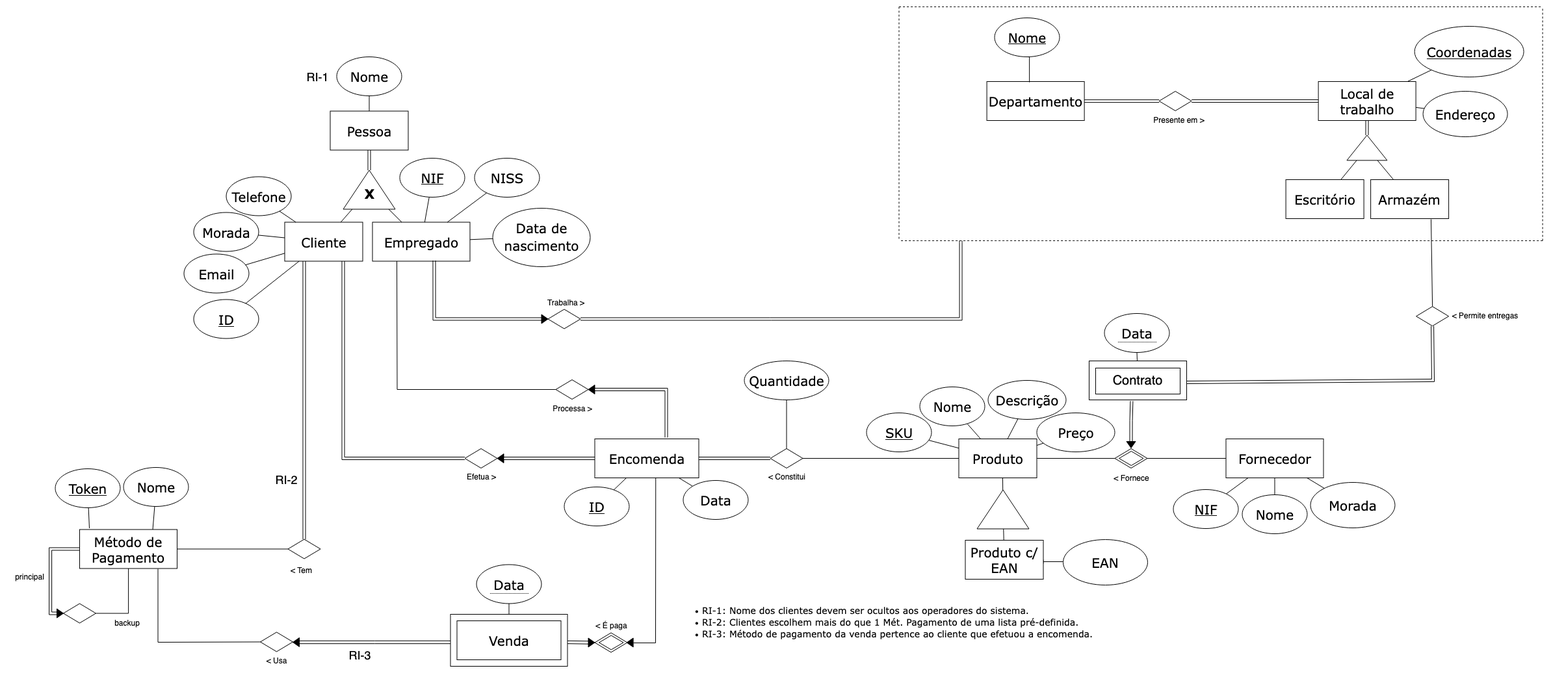
The draw.io diagram relatorio/diagrama.png in goncrust/BD-proj, before a commit. Source tidied: cells renumbered, new cells last; positions are measured from the earlier drawing's top-left corner, leaving out a move shared by most shapes.
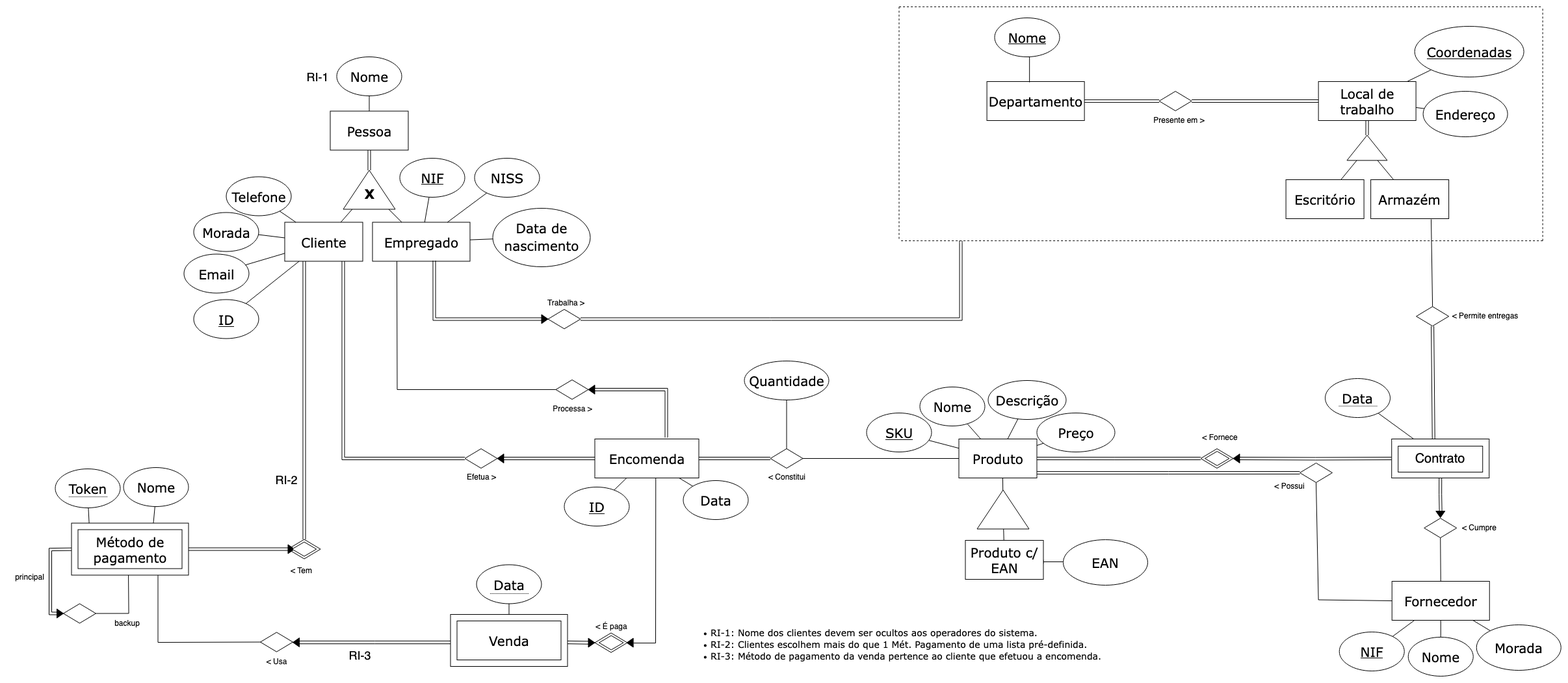
After the commit.

What changed in the source:
```diff
@@ -47,29 +47,26 @@
     <mxCell id="16" style="endArrow=none;html=1;rounded=0;" parent="1" edge="1" source="15" target="8">
       <mxGeometry relative="1" as="geometry" />
     </mxCell>
-    <mxCell id="17" style="edgeStyle=orthogonalEdgeStyle;rounded=0;jettySize=auto;html=1;entryX=0.436;entryY=1.028;entryDx=0;entryDy=0;entryPerimeter=0;shape=link;" parent="1" edge="1" source="89" target="86">
-      <mxGeometry relative="1" as="geometry" />
-    </mxCell>
     <mxCell id="18" value="Fornecedor" style="rounded=0;whiteSpace=wrap;html=1;fontSize=20;fontFamily=Verdana;" parent="1" vertex="1">
-      <mxGeometry x="1875.5" y="665" width="150" height="60" as="geometry" />
+      <mxGeometry x="2130.7" y="884" width="150" height="60" as="geometry" />
     </mxCell>
     <mxCell id="19" style="endArrow=none;html=1;rounded=0;" parent="1" edge="1" source="18" target="20">
       <mxGeometry relative="1" as="geometry" />
     </mxCell>
     <mxCell id="20" value="&lt;font style=&quot;font-size: 20px;&quot; face=&quot;Verdana&quot;&gt;Nome&lt;/font&gt;" style="ellipse;whiteSpace=wrap;html=1;fontStyle=0;" parent="1" vertex="1">
-      <mxGeometry x="1900.5" y="751" width="100" height="60" as="geometry" />
+      <mxGeometry x="2155.7" y="970" width="100" height="60" as="geometry" />
     </mxCell>
     <mxCell id="21" style="endArrow=none;html=1;rounded=0;" parent="1" edge="1" source="18" target="22">
       <mxGeometry relative="1" as="geometry" />
     </mxCell>
     <mxCell id="22" value="&lt;u&gt;&lt;font style=&quot;font-size: 20px;&quot; face=&quot;Verdana&quot;&gt;NIF&lt;/font&gt;&lt;/u&gt;" style="ellipse;whiteSpace=wrap;html=1;" parent="1" vertex="1">
-      <mxGeometry x="1794.5" y="743" width="100" height="60" as="geometry" />
+      <mxGeometry x="2049.7" y="962" width="100" height="60" as="geometry" />
     </mxCell>
     <mxCell id="23" style="endArrow=none;html=1;rounded=0;" parent="1" edge="1" source="18" target="24">
       <mxGeometry relative="1" as="geometry" />
     </mxCell>
     <mxCell id="24" value="&lt;font style=&quot;font-size: 20px;&quot; face=&quot;Verdana&quot;&gt;Morada&lt;/font&gt;" style="ellipse;whiteSpace=wrap;html=1;" parent="1" vertex="1">
-      <mxGeometry x="2005.5" y="732" width="130" height="70" as="geometry" />
+      <mxGeometry x="2260.7" y="951" width="130" height="70" as="geometry" />
     </mxCell>
     <mxCell id="25" value="Local de trabalho" style="rounded=0;whiteSpace=wrap;html=1;fontSize=20;fontFamily=Verdana;" parent="1" vertex="1">
       <mxGeometry x="2017.6" y="115" width="150" height="60" as="geometry" />
@@ -142,9 +139,6 @@
     <mxCell id="47" style="endArrow=none;html=1;rounded=0;" parent="1" edge="1" source="42" target="46">
       <mxGeometry relative="1" as="geometry" />
     </mxCell>
-    <mxCell id="48" value="Método de &lt;br&gt;Pagamento" style="rounded=0;whiteSpace=wrap;html=1;fontSize=20;fontFamily=Verdana;" parent="1" vertex="1">
-      <mxGeometry x="112" y="804.5" width="150" height="60" as="geometry" />
-    </mxCell>
     <mxCell id="49" style="rhombus;whiteSpace=wrap;html=1;" parent="1" vertex="1">
       <mxGeometry x="432.5" y="819.5" width="50" height="30" as="geometry" />
     </mxCell>
@@ -154,20 +148,26 @@
     <mxCell id="51" style="endArrow=none;html=1;rounded=0;edgeStyle=orthogonalEdgeStyle;shape=link;entryX=0.25;entryY=1;entryDx=0;entryDy=0;" parent="1" edge="1" source="49" target="100">
       <mxGeometry relative="1" as="geometry" />
     </mxCell>
-    <mxCell id="52" style="endArrow=none;html=1;rounded=0;" parent="1" edge="1" source="48" target="49">
-      <mxGeometry relative="1" as="geometry" />
+    <mxCell id="52" style="endArrow=none;html=1;rounded=0;shape=link;" parent="1" edge="1" target="49">
+      <mxGeometry relative="1" as="geometry">
+        <mxPoint x="262" y="834.5" as="sourcePoint" />
+      </mxGeometry>
     </mxCell>
     <mxCell id="53" value="&lt;font style=&quot;font-size: 20px;&quot; face=&quot;Verdana&quot;&gt;Nome&lt;/font&gt;" style="ellipse;whiteSpace=wrap;html=1;" parent="1" vertex="1">
       <mxGeometry x="179.5" y="709" width="100" height="60" as="geometry" />
     </mxCell>
-    <mxCell id="54" style="endArrow=none;html=1;rounded=0;exitX=0.75;exitY=0;exitDx=0;exitDy=0;" parent="1" edge="1" source="48" target="53">
-      <mxGeometry relative="1" as="geometry" />
+    <mxCell id="54" style="endArrow=none;html=1;rounded=0;exitX=0.75;exitY=0;exitDx=0;exitDy=0;" parent="1" edge="1" target="53">
+      <mxGeometry relative="1" as="geometry">
+        <mxPoint x="224.5" y="804.5" as="sourcePoint" />
+      </mxGeometry>
     </mxCell>
-    <mxCell id="55" value="&lt;font size=&quot;1&quot; face=&quot;Verdana&quot;&gt;&lt;u style=&quot;font-size: 20px;&quot;&gt;Token&lt;/u&gt;&lt;/font&gt;" style="ellipse;whiteSpace=wrap;html=1;" parent="1" vertex="1">
+    <mxCell id="55" value="&lt;font size=&quot;1&quot; face=&quot;Verdana&quot;&gt;&lt;span style=&quot;font-size: 20px;&quot;&gt;Token&lt;/span&gt;&lt;/font&gt;" style="ellipse;whiteSpace=wrap;html=1;" parent="1" vertex="1">
       <mxGeometry x="74.5" y="711" width="100" height="60" as="geometry" />
     </mxCell>
-    <mxCell id="56" style="endArrow=none;html=1;rounded=0;entryX=0.1;entryY=-0.033;entryDx=0;entryDy=0;entryPerimeter=0;" parent="1" edge="1" source="55" target="48">
-      <mxGeometry relative="1" as="geometry" />
+    <mxCell id="56" style="endArrow=none;html=1;rounded=0;entryX=0.1;entryY=-0.033;entryDx=0;entryDy=0;entryPerimeter=0;" parent="1" edge="1" source="55">
+      <mxGeometry relative="1" as="geometry">
+        <mxPoint x="127" y="802.5" as="targetPoint" />
+      </mxGeometry>
     </mxCell>
     <mxCell id="57" value="&lt;font style=&quot;font-size: 18px;&quot;&gt;RI-2&lt;/font&gt;" style="text;html=1;align=center;verticalAlign=middle;strokeColor=none;fillColor=none;" parent="1" vertex="1">
       <mxGeometry x="399.5" y="710" width="60" height="40" as="geometry" />
@@ -178,11 +178,15 @@
     <mxCell id="59" value="backup" style="text;html=1;align=center;verticalAlign=middle;strokeColor=none;fillColor=none;" parent="1" vertex="1">
       <mxGeometry x="155" y="933.5" width="60" height="30" as="geometry" />
     </mxCell>
-    <mxCell id="60" style="endArrow=none;html=1;rounded=0;edgeStyle=orthogonalEdgeStyle;exitX=1;exitY=0.5;exitDx=0;exitDy=0;" parent="1" edge="1" source="58" target="48">
-      <mxGeometry relative="1" as="geometry" />
+    <mxCell id="60" style="endArrow=none;html=1;rounded=0;edgeStyle=orthogonalEdgeStyle;exitX=1;exitY=0.5;exitDx=0;exitDy=0;" parent="1" edge="1" source="58">
+      <mxGeometry relative="1" as="geometry">
+        <mxPoint x="187" y="864.5" as="targetPoint" />
+      </mxGeometry>
     </mxCell>
-    <mxCell id="61" style="endArrow=none;html=1;rounded=0;entryX=0;entryY=0.5;entryDx=0;entryDy=0;edgeStyle=orthogonalEdgeStyle;exitX=0;exitY=0.5;exitDx=0;exitDy=0;shape=link;" parent="1" edge="1" source="48" target="62">
-      <mxGeometry relative="1" as="geometry" />
+    <mxCell id="61" style="endArrow=none;html=1;rounded=0;entryX=0;entryY=0.5;entryDx=0;entryDy=0;edgeStyle=orthogonalEdgeStyle;exitX=0;exitY=0.5;exitDx=0;exitDy=0;shape=link;" parent="1" edge="1" target="62">
+      <mxGeometry relative="1" as="geometry">
+        <mxPoint x="112" y="834.5" as="sourcePoint" />
+      </mxGeometry>
     </mxCell>
     <mxCell id="62" style="triangle;whiteSpace=wrap;html=1;rotation=0;fillColor=#000000;" parent="1" vertex="1">
       <mxGeometry x="77" y="926.5" width="10" height="14" as="geometry" />
@@ -205,15 +209,12 @@
       <mxGeometry x="512.5" y="980" width="60" height="40" as="geometry" />
     </mxCell>
     <mxCell id="68" style="rhombus;whiteSpace=wrap;html=1;" parent="1" vertex="1">
-      <mxGeometry x="1704.5" y="680" width="50" height="30" as="geometry" />
+      <mxGeometry x="1836.5" y="680" width="50" height="30" as="geometry" />
     </mxCell>
-    <mxCell id="69" value="&lt;div&gt;&amp;lt; Fornece&lt;/div&gt;" style="text;html=1;align=center;verticalAlign=middle;strokeColor=none;fillColor=none;" parent="1" vertex="1">
-      <mxGeometry x="1689.5" y="711" width="80" height="30" as="geometry" />
+    <mxCell id="69" value="&lt;div&gt;&amp;lt; Possui&lt;br&gt;&lt;/div&gt;" style="text;html=1;align=center;verticalAlign=middle;strokeColor=none;fillColor=none;" parent="1" vertex="1">
+      <mxGeometry x="1941" y="725" width="64" height="26" as="geometry" />
     </mxCell>
-    <mxCell id="70" style="endArrow=none;html=1;rounded=0;entryX=1;entryY=0.5;entryDx=0;entryDy=0;edgeStyle=orthogonalEdgeStyle;" parent="1" edge="1" source="18" target="68">
-      <mxGeometry relative="1" as="geometry" />
-    </mxCell>
-    <mxCell id="71" style="endArrow=none;html=1;rounded=0;exitX=0;exitY=0.5;exitDx=0;exitDy=0;edgeStyle=orthogonalEdgeStyle;entryX=1;entryY=0.5;entryDx=0;entryDy=0;" parent="1" edge="1" source="68" target="8">
+    <mxCell id="71" style="endArrow=none;html=1;rounded=0;exitX=0;exitY=0.5;exitDx=0;exitDy=0;edgeStyle=orthogonalEdgeStyle;entryX=1;entryY=0.5;entryDx=0;entryDy=0;shape=link;" parent="1" edge="1" source="68" target="8">
       <mxGeometry relative="1" as="geometry">
         <Array as="points">
           <mxPoint x="1704.5" y="695" />
@@ -244,7 +245,7 @@
       <mxGeometry relative="1" as="geometry" />
     </mxCell>
     <mxCell id="78" value="&lt;ul&gt;&lt;li align=&quot;left&quot;&gt;&lt;font style=&quot;font-size: 14px;&quot; face=&quot;Verdana&quot;&gt;RI-1: Nome dos clientes devem ser ocultos aos operadores do sistema.&lt;/font&gt;&lt;/li&gt;&lt;li align=&quot;left&quot;&gt;&lt;font style=&quot;font-size: 14px;&quot; face=&quot;Verdana&quot;&gt;RI-2: Clientes escolhem mais do que 1 Mét. Pagamento de uma lista pré-definida.&lt;/font&gt;&lt;/li&gt;&lt;li align=&quot;left&quot;&gt;&lt;font style=&quot;font-size: 14px;&quot; face=&quot;Verdana&quot;&gt;RI-3: Método de pagamento da venda pertence ao cliente que efetuou a encomenda.&lt;/font&gt;&lt;/li&gt;&lt;/ul&gt;" style="text;html=1;align=left;verticalAlign=middle;strokeColor=none;fillColor=none;" parent="1" vertex="1">
-      <mxGeometry x="1028" y="900.5" width="615" height="92" as="geometry" />
+      <mxGeometry x="1040.5" y="934.5" width="615" height="92" as="geometry" />
     </mxCell>
     <mxCell id="79" value="principal" style="text;html=1;align=center;verticalAlign=middle;strokeColor=none;fillColor=none;" parent="1" vertex="1">
       <mxGeometry y="862.5" width="70" height="30" as="geometry" />
@@ -275,27 +276,24 @@
       <mxGeometry x="1625" y="820" width="130" height="70" as="geometry" />
     </mxCell>
     <mxCell id="86" style="rounded=0;whiteSpace=wrap;html=1;fontSize=20;fontFamily=Verdana;" parent="1" vertex="1">
-      <mxGeometry x="1665" y="545" width="150" height="60" as="geometry" />
+      <mxGeometry x="2130.2" y="665" width="150" height="60" as="geometry" />
     </mxCell>
     <mxCell id="87" style="endArrow=none;html=1;rounded=0;" parent="1" edge="1" source="86" target="88">
       <mxGeometry relative="1" as="geometry" />
     </mxCell>
     <mxCell id="88" value="&lt;font size=&quot;1&quot; face=&quot;Verdana&quot;&gt;&lt;span style=&quot;font-size: 20px;&quot;&gt;Data&lt;/span&gt;&lt;/font&gt;" style="ellipse;whiteSpace=wrap;html=1;" parent="1" vertex="1">
-      <mxGeometry x="1688.5" y="472" width="100" height="60" as="geometry" />
+      <mxGeometry x="2028" y="572" width="100" height="60" as="geometry" />
     </mxCell>
-    <mxCell id="89" style="triangle;whiteSpace=wrap;html=1;rotation=90;fillColor=#000000;" parent="1" vertex="1">
-      <mxGeometry x="1724.5" y="667" width="10" height="14" as="geometry" />
-    </mxCell>
     <mxCell id="90" value="&lt;font style=&quot;font-size: 20px;&quot;&gt;Contrato&lt;/font&gt;" style="rounded=0;whiteSpace=wrap;html=1;" parent="1" vertex="1">
-      <mxGeometry x="1675" y="556" width="130" height="40" as="geometry" />
+      <mxGeometry x="2140.2" y="676" width="130" height="40" as="geometry" />
     </mxCell>
     <mxCell id="91" style="rhombus;whiteSpace=wrap;html=1;" parent="1" vertex="1">
-      <mxGeometry x="1711" y="684" width="37.5" height="22" as="geometry" />
+      <mxGeometry x="1843" y="684" width="37.5" height="22" as="geometry" />
     </mxCell>
     <mxCell id="92" style="endArrow=none;html=1;rounded=0;edgeStyle=orthogonalEdgeStyle;dashed=1;dashPattern=1 1;" parent="1" edge="1">
       <mxGeometry relative="1" as="geometry">
-        <mxPoint x="1768.5" y="516" as="sourcePoint" />
-        <mxPoint x="1708.5" y="516" as="targetPoint" />
+        <mxPoint x="2108" y="614.4" as="sourcePoint" />
+        <mxPoint x="2048" y="614.4" as="targetPoint" />
       </mxGeometry>
     </mxCell>
     <mxCell id="93" value="Pessoa" style="rounded=0;whiteSpace=wrap;html=1;fontSize=20;fontFamily=Verdana;" parent="1" vertex="1">
@@ -487,13 +485,8 @@
     <mxCell id="140" style="triangle;whiteSpace=wrap;html=1;rotation=-180;fillColor=#000000;" parent="1" vertex="1">
       <mxGeometry x="894.5" y="582" width="10" height="14" as="geometry" />
     </mxCell>
-    <mxCell id="141" style="endArrow=none;html=1;rounded=0;shape=link;entryX=0.5;entryY=1;entryDx=0;entryDy=0;" parent="1" edge="1" target="142">
-      <mxGeometry relative="1" as="geometry">
-        <mxPoint x="1815" y="578" as="sourcePoint" />
-        <Array as="points">
-          <mxPoint x="2194" y="575" />
-        </Array>
-      </mxGeometry>
+    <mxCell id="141" style="endArrow=none;html=1;rounded=0;shape=link;entryX=0.5;entryY=1;entryDx=0;entryDy=0;exitX=0.43;exitY=-0.008;exitDx=0;exitDy=0;exitPerimeter=0;" parent="1" edge="1" source="86" target="142">
+      <mxGeometry relative="1" as="geometry" />
     </mxCell>
     <mxCell id="142" style="rhombus;whiteSpace=wrap;html=1;" parent="1" vertex="1">
       <mxGeometry x="2168.1" y="461.2" width="50" height="30" as="geometry" />
@@ -530,5 +523,64 @@
     <mxCell id="149" value="&lt;u&gt;&lt;font style=&quot;font-size: 20px;&quot; face=&quot;Verdana&quot;&gt;Nome&lt;/font&gt;&lt;/u&gt;" style="ellipse;whiteSpace=wrap;html=1;" parent="1" vertex="1">
       <mxGeometry x="1519.5" y="17" width="100" height="60" as="geometry" />
     </mxCell>
+    <mxCell id="150" style="rounded=0;whiteSpace=wrap;html=1;" parent="1" vertex="1">
+      <mxGeometry x="99.5" y="794.5" width="180" height="80" as="geometry" />
+    </mxCell>
+    <mxCell id="151" value="&lt;div&gt;Método de&lt;/div&gt;&lt;div&gt;pagamento&lt;br&gt;&lt;/div&gt;" style="rounded=0;whiteSpace=wrap;html=1;fontSize=20;fontFamily=Verdana;" parent="1" vertex="1">
+      <mxGeometry x="109.5" y="804.5" width="160" height="60" as="geometry" />
+    </mxCell>
+    <mxCell id="152" style="triangle;whiteSpace=wrap;html=1;rotation=0;fillColor=#000000;" parent="1" vertex="1">
+      <mxGeometry x="432.5" y="827.5" width="10" height="14" as="geometry" />
+    </mxCell>
+    <mxCell id="153" style="rhombus;whiteSpace=wrap;html=1;" parent="1" vertex="1">
+      <mxGeometry x="438.8" y="823.5" width="37.5" height="22" as="geometry" />
+    </mxCell>
+    <mxCell id="154" style="endArrow=none;html=1;rounded=0;edgeStyle=orthogonalEdgeStyle;dashed=1;dashPattern=1 1;" parent="1" edge="1">
+      <mxGeometry relative="1" as="geometry">
+        <mxPoint x="154.5" y="754" as="sourcePoint" />
+        <mxPoint x="94.5" y="754" as="targetPoint" />
+      </mxGeometry>
+    </mxCell>
+    <mxCell id="155" style="triangle;whiteSpace=wrap;html=1;rotation=-180;fillColor=#000000;" parent="1" vertex="1">
+      <mxGeometry x="1886.5" y="688" width="10" height="14" as="geometry" />
+    </mxCell>
+    <mxCell id="156" style="rhombus;whiteSpace=wrap;html=1;" parent="1" vertex="1">
+      <mxGeometry x="1989" y="702" width="50" height="30" as="geometry" />
+    </mxCell>
+    <mxCell id="157" style="rhombus;whiteSpace=wrap;html=1;" parent="1" vertex="1">
+      <mxGeometry x="2180.2" y="787" width="50" height="30" as="geometry" />
+    </mxCell>
+    <mxCell id="158" style="triangle;whiteSpace=wrap;html=1;rotation=90;fillColor=#000000;" parent="1" vertex="1">
+      <mxGeometry x="2200.2" y="774" width="10" height="14" as="geometry" />
+    </mxCell>
+    <mxCell id="159" style="endArrow=none;html=1;rounded=0;exitX=0.5;exitY=1;exitDx=0;exitDy=0;edgeStyle=orthogonalEdgeStyle;shape=link;" parent="1" edge="1" source="86">
+      <mxGeometry relative="1" as="geometry">
+        <mxPoint x="2205.6" y="775.5" as="targetPoint" />
+      </mxGeometry>
+    </mxCell>
+    <mxCell id="160" style="endArrow=none;html=1;rounded=0;entryX=0.5;entryY=1;entryDx=0;entryDy=0;exitX=0.5;exitY=0;exitDx=0;exitDy=0;" parent="1" edge="1" source="18" target="157">
+      <mxGeometry relative="1" as="geometry" />
+    </mxCell>
+    <mxCell id="161" style="endArrow=none;html=1;rounded=0;entryX=0;entryY=0.5;entryDx=0;entryDy=0;exitX=0.5;exitY=1;exitDx=0;exitDy=0;" parent="1" edge="1" source="156" target="18">
+      <mxGeometry relative="1" as="geometry">
+        <Array as="points">
+          <mxPoint x="2017.6" y="912.5" />
+        </Array>
+      </mxGeometry>
+    </mxCell>
+    <mxCell id="162" value="&lt;div&gt;&amp;lt; Fornece&lt;br&gt;&lt;/div&gt;" style="text;html=1;align=center;verticalAlign=middle;strokeColor=none;fillColor=none;" parent="1" vertex="1">
+      <mxGeometry x="1830" y="650" width="72" height="26" as="geometry" />
+    </mxCell>
+    <mxCell id="163" value="&lt;div&gt;&amp;lt; Cumpre&lt;br&gt;&lt;/div&gt;" style="text;html=1;align=center;verticalAlign=middle;strokeColor=none;fillColor=none;" parent="1" vertex="1">
+      <mxGeometry x="2229.6" y="789" width="71" height="26" as="geometry" />
+    </mxCell>
+    <mxCell id="164" style="endArrow=none;html=1;rounded=0;edgeStyle=orthogonalEdgeStyle;shape=link;entryX=0;entryY=0.5;entryDx=0;entryDy=0;" parent="1" edge="1" target="155">
+      <mxGeometry relative="1" as="geometry">
+        <mxPoint x="2130" y="695" as="sourcePoint" />
+      </mxGeometry>
+    </mxCell>
+    <mxCell id="165" style="endArrow=none;html=1;rounded=0;exitX=0;exitY=0.5;exitDx=0;exitDy=0;edgeStyle=orthogonalEdgeStyle;entryX=1.001;entryY=0.869;entryDx=0;entryDy=0;shape=link;entryPerimeter=0;" parent="1" edge="1" source="156" target="8">
+      <mxGeometry relative="1" as="geometry" />
+    </mxCell>
   </root>
 </mxGraphModel>
```
